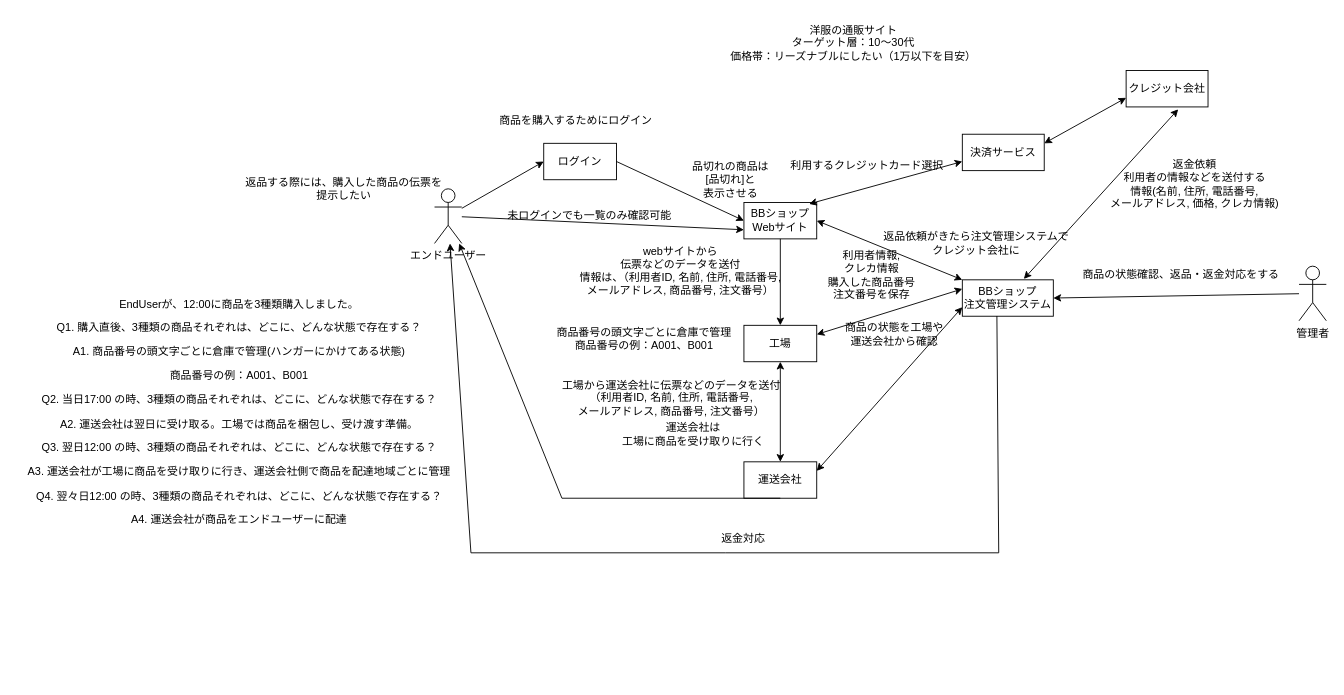
The draw.io diagram group/mail order/BBショップ２.drawio in YoshinagaSho/ohara_uml, before the edit. Source tidied: cells renumbered, new cells numbered last; positions are measured from the earlier drawing's top-left corner, leaving out a move shared by most shapes. Both pictures are drawn from the tidied source at 91%, with x=0, y=0 at pixel (15, 15).
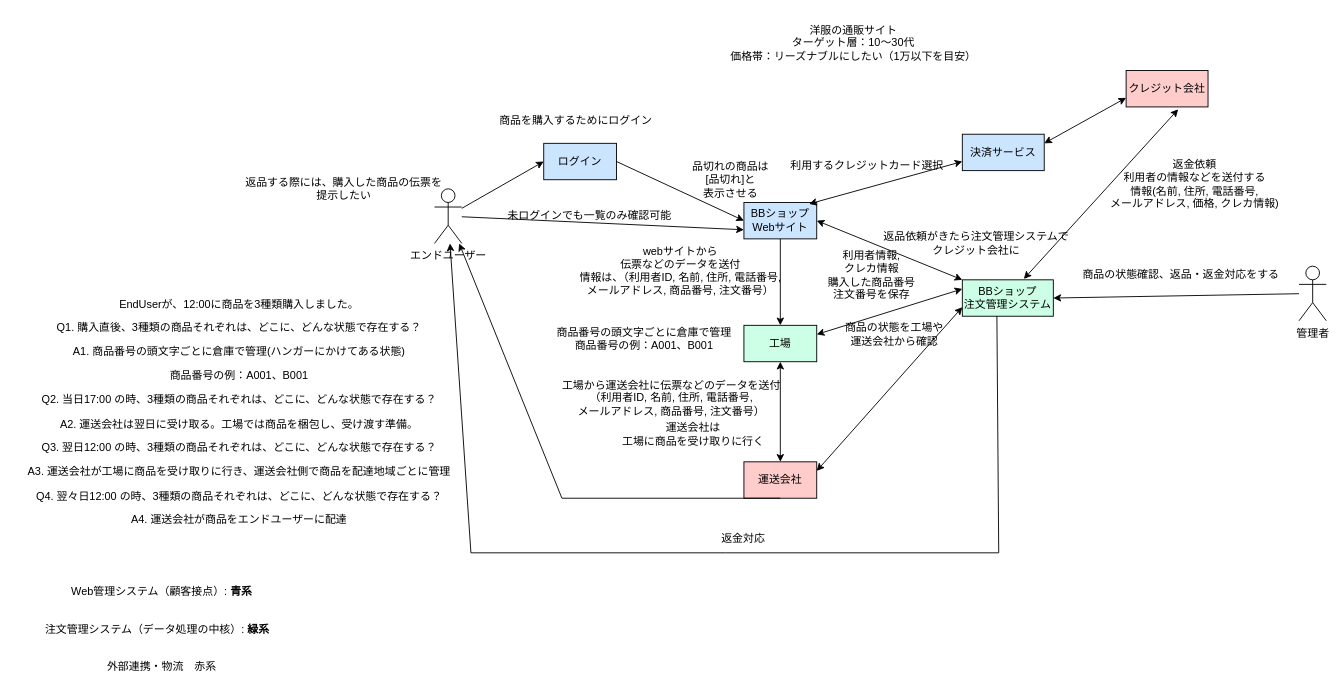
After the change.

Change to the diagram source:
```diff
@@
-    <mxCell id="4" value="ログイン" style="rounded=0;whiteSpace=wrap;html=1;" parent="1" vertex="1">
+    <mxCell id="4" value="ログイン" style="rounded=0;whiteSpace=wrap;html=1;fillColor=#CCE5FF;" parent="1" vertex="1">
       <mxGeometry x="580" y="140" width="80" height="40" as="geometry" />
     </mxCell>
@@
-    <mxCell id="7" value="BBショップ&lt;br&gt;Webサイト" style="rounded=0;whiteSpace=wrap;html=1;" parent="1" vertex="1">
+    <mxCell id="7" value="BBショップ&lt;br&gt;Webサイト" style="rounded=0;whiteSpace=wrap;html=1;fillColor=#CCE5FF;" parent="1" vertex="1">
       <mxGeometry x="800" y="205" width="80" height="40" as="geometry" />
     </mxCell>
@@
-    <mxCell id="11" value="BBショップ&lt;br&gt;注文管理システム" style="rounded=0;whiteSpace=wrap;html=1;" parent="1" vertex="1">
+    <mxCell id="11" value="BBショップ&lt;br&gt;注文管理システム" style="rounded=0;whiteSpace=wrap;html=1;fillColor=#CCFFE6;" parent="1" vertex="1">
       <mxGeometry x="1040" y="290" width="100" height="40" as="geometry" />
     </mxCell>
@@
-    <mxCell id="14" value="工場" style="rounded=0;whiteSpace=wrap;html=1;" parent="1" vertex="1">
+    <mxCell id="14" value="工場" style="rounded=0;whiteSpace=wrap;html=1;fillColor=#CCFFE6;" parent="1" vertex="1">
       <mxGeometry x="800" y="340" width="80" height="40" as="geometry" />
     </mxCell>
-    <mxCell id="15" value="運送会社" style="rounded=0;whiteSpace=wrap;html=1;" parent="1" vertex="1">
+    <mxCell id="15" value="運送会社" style="rounded=0;whiteSpace=wrap;html=1;fillColor=#FFCCCC;" parent="1" vertex="1">
       <mxGeometry x="800" y="490" width="80" height="40" as="geometry" />
     </mxCell>
@@
-    <mxCell id="25" value="クレジット会社" style="rounded=0;whiteSpace=wrap;html=1;" parent="1" vertex="1">
+    <mxCell id="25" value="クレジット会社" style="rounded=0;whiteSpace=wrap;html=1;fillColor=#FFCCCC;" parent="1" vertex="1">
       <mxGeometry x="1220" y="60" width="90" height="40" as="geometry" />
     </mxCell>
@@
-    <mxCell id="27" value="決済サービス" style="rounded=0;whiteSpace=wrap;html=1;" parent="1" vertex="1">
+    <mxCell id="27" value="決済サービス" style="rounded=0;whiteSpace=wrap;html=1;fillColor=#CCE5FF;" parent="1" vertex="1">
       <mxGeometry x="1040" y="130" width="90" height="40" as="geometry" />
     </mxCell>
@@
+    <mxCell id="42" value="Web管理システム（顧客接点）: &lt;b&gt;青系&lt;/b&gt;" style="text;html=1;align=center;verticalAlign=middle;strokeColor=none;fillColor=none;" parent="1" vertex="1">
+      <mxGeometry x="50" y="618" width="220" height="30" as="geometry" />
+    </mxCell>
+    <mxCell id="43" value="注文管理システム（データ処理の中核）: &lt;b&gt;緑系&lt;/b&gt;" style="text;html=1;align=center;verticalAlign=middle;strokeColor=none;fillColor=none;" parent="1" vertex="1">
+      <mxGeometry x="20" y="660" width="270" height="30" as="geometry" />
+    </mxCell>
+    <mxCell id="44" value="外部連携・物流　赤系" style="text;html=1;align=center;verticalAlign=middle;strokeColor=none;fillColor=none;" parent="1" vertex="1">
+      <mxGeometry x="90" y="700" width="140" height="30" as="geometry" />
+    </mxCell>
```
